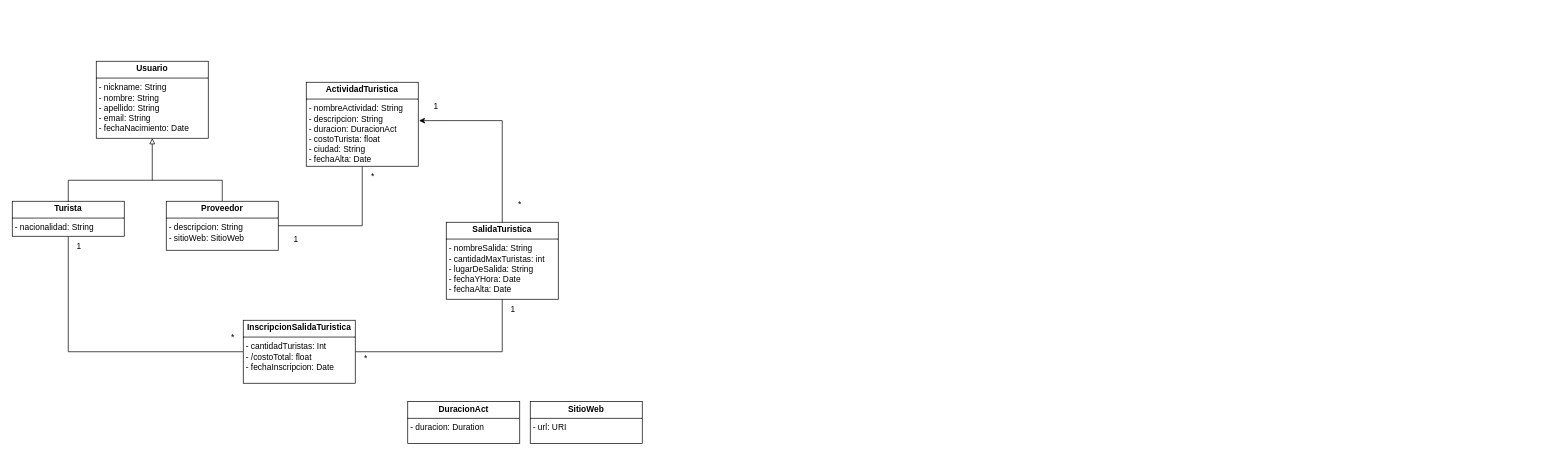
The draw.io diagram page "ModeloDominio" (1 of 11) of resources/Tarea1.drawio in rofernandezm/Tencnoinf_Pap2025_Tarea1, before the edit. Source tidied: cells renumbered, new cells numbered last; positions are measured from the earlier drawing's top-left corner, leaving out a move shared by most shapes. Both pictures are drawn from the tidied source at 70%, with x=0, y=0 at pixel (12, 61).
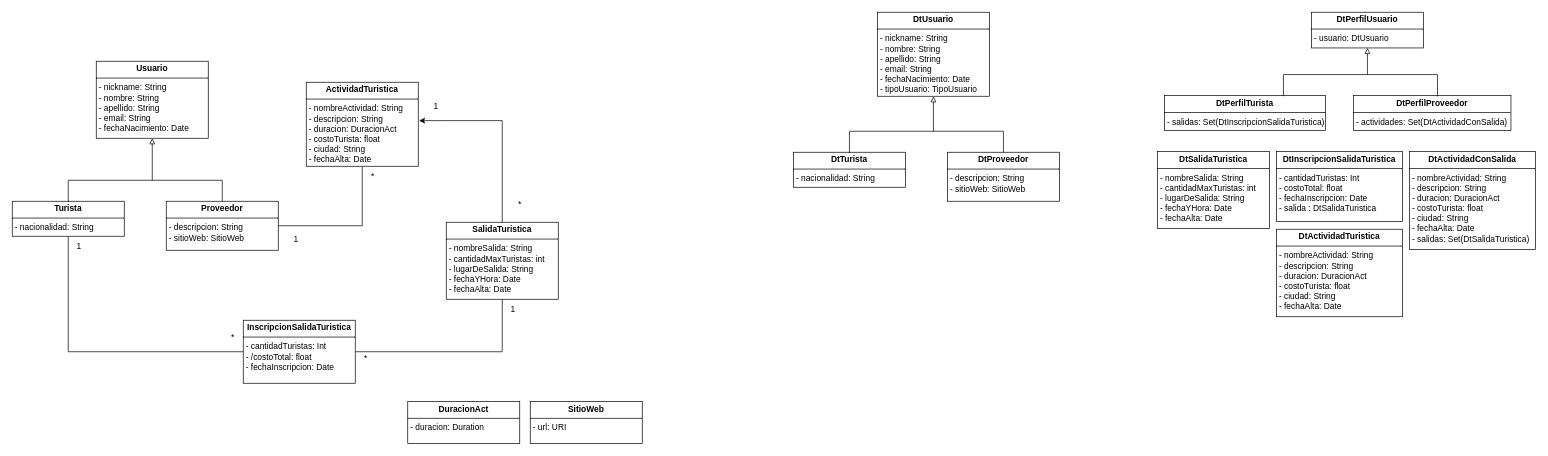
The same page after the edit.

Commit message (it also covers changes not shown here):
CU3_Modificar Datos de Usuario

Change to the diagram source:
```diff
@@
+    <mxCell id="24" value="&lt;p style=&quot;margin:0px;margin-top:4px;text-align:center;&quot;&gt;&lt;b&gt;DtUsuario&lt;/b&gt;&lt;/p&gt;&lt;hr size=&quot;1&quot; style=&quot;border-style:solid;&quot;&gt;&lt;p style=&quot;margin:0px;margin-left:4px;&quot;&gt;- nickname: String&lt;/p&gt;&lt;p style=&quot;margin:0px;margin-left:4px;&quot;&gt;- nombre: String&lt;/p&gt;&lt;p style=&quot;margin:0px;margin-left:4px;&quot;&gt;- apellido: String&lt;/p&gt;&lt;p style=&quot;margin:0px;margin-left:4px;&quot;&gt;- email: String&lt;/p&gt;&lt;p style=&quot;margin:0px;margin-left:4px;&quot;&gt;- fechaNacimiento: Date&lt;/p&gt;&lt;p style=&quot;margin:0px;margin-left:4px;&quot;&gt;- tipoUsuario: TipoUsuario&lt;/p&gt;" style="verticalAlign=top;align=left;overflow=fill;html=1;whiteSpace=wrap;" parent="1" vertex="1">
+      <mxGeometry x="1236" y="-70" width="160" height="120" as="geometry" />
+    </mxCell>
+    <mxCell id="25" value="&lt;p style=&quot;margin:0px;margin-top:4px;text-align:center;&quot;&gt;&lt;b&gt;DtTurista&lt;/b&gt;&lt;/p&gt;&lt;hr size=&quot;1&quot; style=&quot;border-style:solid;&quot;&gt;&lt;p style=&quot;margin:0px;margin-left:4px;&quot;&gt;- nacionalidad: String&lt;/p&gt;" style="verticalAlign=top;align=left;overflow=fill;html=1;whiteSpace=wrap;" parent="1" vertex="1">
+      <mxGeometry x="1116" y="130" width="160" height="50" as="geometry" />
+    </mxCell>
+    <mxCell id="26" value="&lt;p style=&quot;margin:0px;margin-top:4px;text-align:center;&quot;&gt;&lt;b&gt;DtProveedor&lt;/b&gt;&lt;/p&gt;&lt;hr size=&quot;1&quot; style=&quot;border-style:solid;&quot;&gt;&lt;p style=&quot;margin:0px;margin-left:4px;&quot;&gt;- descripcion: String&lt;/p&gt;&lt;p style=&quot;margin:0px;margin-left:4px;&quot;&gt;- sitioWeb: SitioWeb&lt;/p&gt;" style="verticalAlign=top;align=left;overflow=fill;html=1;whiteSpace=wrap;" parent="1" vertex="1">
+      <mxGeometry x="1336" y="130" width="160" height="70" as="geometry" />
+    </mxCell>
+    <mxCell id="27" style="endArrow=none;html=1;rounded=0;entryX=0.5;entryY=0;entryDx=0;entryDy=0;" parent="1" edge="1" target="26">
+      <mxGeometry relative="1" as="geometry">
+        <mxPoint x="1196" y="131" as="sourcePoint" />
+        <Array as="points">
+          <mxPoint x="1196" y="100" />
+          <mxPoint x="1416" y="100" />
+        </Array>
+      </mxGeometry>
+    </mxCell>
+    <mxCell id="28" style="endArrow=block;html=1;rounded=0;entryX=0.5;entryY=1;entryDx=0;entryDy=0;endFill=0;" parent="1" edge="1" target="24">
+      <mxGeometry relative="1" as="geometry">
+        <mxPoint x="1316" y="100" as="sourcePoint" />
+      </mxGeometry>
+    </mxCell>
+    <mxCell id="29" value="&lt;p style=&quot;margin:0px;margin-top:4px;text-align:center;&quot;&gt;&lt;b&gt;DtPerfilUsuario&lt;/b&gt;&lt;/p&gt;&lt;hr size=&quot;1&quot; style=&quot;border-style:solid;&quot;&gt;&lt;p style=&quot;margin:0px;margin-left:4px;&quot;&gt;- usuario: DtUsuario&lt;/p&gt;" style="verticalAlign=top;align=left;overflow=fill;html=1;whiteSpace=wrap;" parent="1" vertex="1">
+      <mxGeometry x="1856" y="-70" width="160" height="51" as="geometry" />
+    </mxCell>
+    <mxCell id="30" value="&lt;p style=&quot;margin:0px;margin-top:4px;text-align:center;&quot;&gt;&lt;b&gt;DtPerfilTurista&lt;/b&gt;&lt;/p&gt;&lt;hr size=&quot;1&quot; style=&quot;border-style:solid;&quot;&gt;&lt;p style=&quot;margin:0px;margin-left:4px;&quot;&gt;- salidas: Set(DtInscripcionSalidaTuristica)&lt;/p&gt;" style="verticalAlign=top;align=left;overflow=fill;html=1;whiteSpace=wrap;" parent="1" vertex="1">
+      <mxGeometry x="1646" y="49" width="230" height="50" as="geometry" />
+    </mxCell>
+    <mxCell id="31" value="&lt;p style=&quot;margin:0px;margin-top:4px;text-align:center;&quot;&gt;&lt;b&gt;DtPerfilProveedor&lt;/b&gt;&lt;/p&gt;&lt;hr size=&quot;1&quot; style=&quot;border-style:solid;&quot;&gt;&lt;p style=&quot;margin:0px;margin-left:4px;&quot;&gt;- actividades: Set(DtActividadConSalida)&lt;/p&gt;" style="verticalAlign=top;align=left;overflow=fill;html=1;whiteSpace=wrap;" parent="1" vertex="1">
+      <mxGeometry x="1916" y="49" width="225" height="50" as="geometry" />
+    </mxCell>
+    <mxCell id="32" style="endArrow=none;html=1;rounded=0;entryX=0.534;entryY=0.024;entryDx=0;entryDy=0;entryPerimeter=0;" parent="1" edge="1" target="31">
+      <mxGeometry relative="1" as="geometry">
+        <mxPoint x="1816" y="50" as="sourcePoint" />
+        <Array as="points">
+          <mxPoint x="1816" y="19" />
+          <mxPoint x="2036" y="19" />
+        </Array>
+      </mxGeometry>
+    </mxCell>
+    <mxCell id="33" style="endArrow=block;html=1;rounded=0;entryX=0.5;entryY=1;entryDx=0;entryDy=0;endFill=0;" parent="1" edge="1" target="29">
+      <mxGeometry relative="1" as="geometry">
+        <mxPoint x="1936" y="19" as="sourcePoint" />
+      </mxGeometry>
+    </mxCell>
+    <mxCell id="34" value="&lt;p style=&quot;margin:0px;margin-top:4px;text-align:center;&quot;&gt;&lt;b&gt;DtInscripcionSalidaTuristica&lt;/b&gt;&lt;/p&gt;&lt;hr size=&quot;1&quot; style=&quot;border-style:solid;&quot;&gt;&lt;p style=&quot;margin: 0px 0px 0px 4px;&quot;&gt;- cantidadTuristas: Int&lt;/p&gt;&lt;p style=&quot;margin: 0px 0px 0px 4px;&quot;&gt;- costoTotal: float&lt;/p&gt;&lt;p style=&quot;margin: 0px 0px 0px 4px;&quot;&gt;- fechaInscripcion: Date&lt;/p&gt;&lt;p style=&quot;margin: 0px 0px 0px 4px;&quot;&gt;- salida : DtSalidaTuristica&lt;/p&gt;" style="verticalAlign=top;align=left;overflow=fill;html=1;whiteSpace=wrap;" parent="1" vertex="1">
+      <mxGeometry x="1806" y="129" width="180" height="100" as="geometry" />
+    </mxCell>
+    <mxCell id="35" value="&lt;p style=&quot;margin:0px;margin-top:4px;text-align:center;&quot;&gt;&lt;b&gt;DtActividadConSalida&lt;/b&gt;&lt;/p&gt;&lt;hr size=&quot;1&quot; style=&quot;border-style:solid;&quot;&gt;&lt;p style=&quot;margin:0px;margin-left:4px;&quot;&gt;- nombreActividad: String&lt;/p&gt;&lt;p style=&quot;margin:0px;margin-left:4px;&quot;&gt;- descripcion: String&lt;/p&gt;&lt;p style=&quot;margin:0px;margin-left:4px;&quot;&gt;- duracion: DuracionAct&lt;/p&gt;&lt;p style=&quot;margin:0px;margin-left:4px;&quot;&gt;- costoTurista: float&lt;/p&gt;&lt;p style=&quot;margin:0px;margin-left:4px;&quot;&gt;- ciudad: String&lt;/p&gt;&lt;p style=&quot;margin:0px;margin-left:4px;&quot;&gt;- fechaAlta: Date&lt;/p&gt;&lt;p style=&quot;margin:0px;margin-left:4px;&quot;&gt;- salidas: Set(DtSalidaTuristica)&lt;/p&gt;" style="verticalAlign=top;align=left;overflow=fill;html=1;whiteSpace=wrap;" parent="1" vertex="1">
+      <mxGeometry x="1996" y="129" width="180" height="140" as="geometry" />
+    </mxCell>
+    <mxCell id="36" value="&lt;p style=&quot;margin:0px;margin-top:4px;text-align:center;&quot;&gt;&lt;b&gt;DtSalidaTuristica&lt;/b&gt;&lt;/p&gt;&lt;hr size=&quot;1&quot; style=&quot;border-style:solid;&quot;&gt;&lt;p style=&quot;margin:0px;margin-left:4px;&quot;&gt;- nombreSalida: String&lt;/p&gt;&lt;p style=&quot;margin:0px;margin-left:4px;&quot;&gt;- cantidadMaxTuristas: int&lt;/p&gt;&lt;p style=&quot;margin:0px;margin-left:4px;&quot;&gt;- lugarDeSalida: String&lt;/p&gt;&lt;p style=&quot;margin:0px;margin-left:4px;&quot;&gt;- fechaYHora: Date&lt;/p&gt;&lt;p style=&quot;margin:0px;margin-left:4px;&quot;&gt;- fechaAlta: Date&lt;/p&gt;" style="verticalAlign=top;align=left;overflow=fill;html=1;whiteSpace=wrap;" parent="1" vertex="1">
+      <mxGeometry x="1636" y="129" width="160" height="110" as="geometry" />
+    </mxCell>
+    <mxCell id="37" value="&lt;p style=&quot;margin:0px;margin-top:4px;text-align:center;&quot;&gt;&lt;b&gt;DtActividadTuristica&lt;/b&gt;&lt;/p&gt;&lt;hr size=&quot;1&quot; style=&quot;border-style:solid;&quot;&gt;&lt;p style=&quot;margin:0px;margin-left:4px;&quot;&gt;- nombreActividad: String&lt;/p&gt;&lt;p style=&quot;margin:0px;margin-left:4px;&quot;&gt;- descripcion: String&lt;/p&gt;&lt;p style=&quot;margin:0px;margin-left:4px;&quot;&gt;- duracion: DuracionAct&lt;/p&gt;&lt;p style=&quot;margin:0px;margin-left:4px;&quot;&gt;- costoTurista: float&lt;/p&gt;&lt;p style=&quot;margin:0px;margin-left:4px;&quot;&gt;- ciudad: String&lt;/p&gt;&lt;p style=&quot;margin:0px;margin-left:4px;&quot;&gt;- fechaAlta: Date&lt;/p&gt;" style="verticalAlign=top;align=left;overflow=fill;html=1;whiteSpace=wrap;" parent="1" vertex="1">
+      <mxGeometry x="1806" y="240" width="180" height="125" as="geometry" />
+    </mxCell>
```
